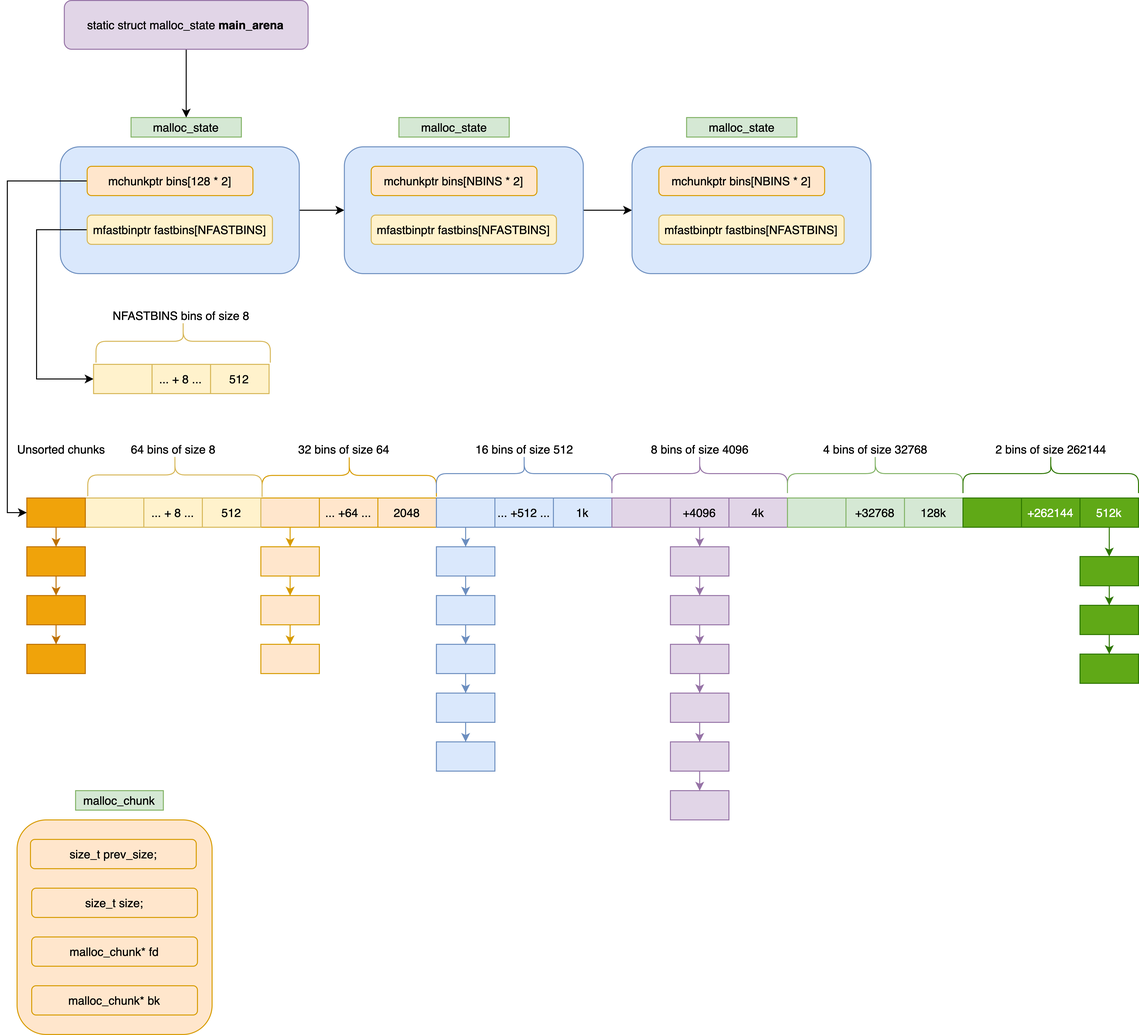
jemmy512/software-engineer keeps this draw.io diagram as OpenSource/Image/malloc-free-list.png. Above is the earlier version. Source tidied: cells renumbered, new cells last; positions are measured from the earlier drawing's top-left corner, leaving out a move shared by most shapes.
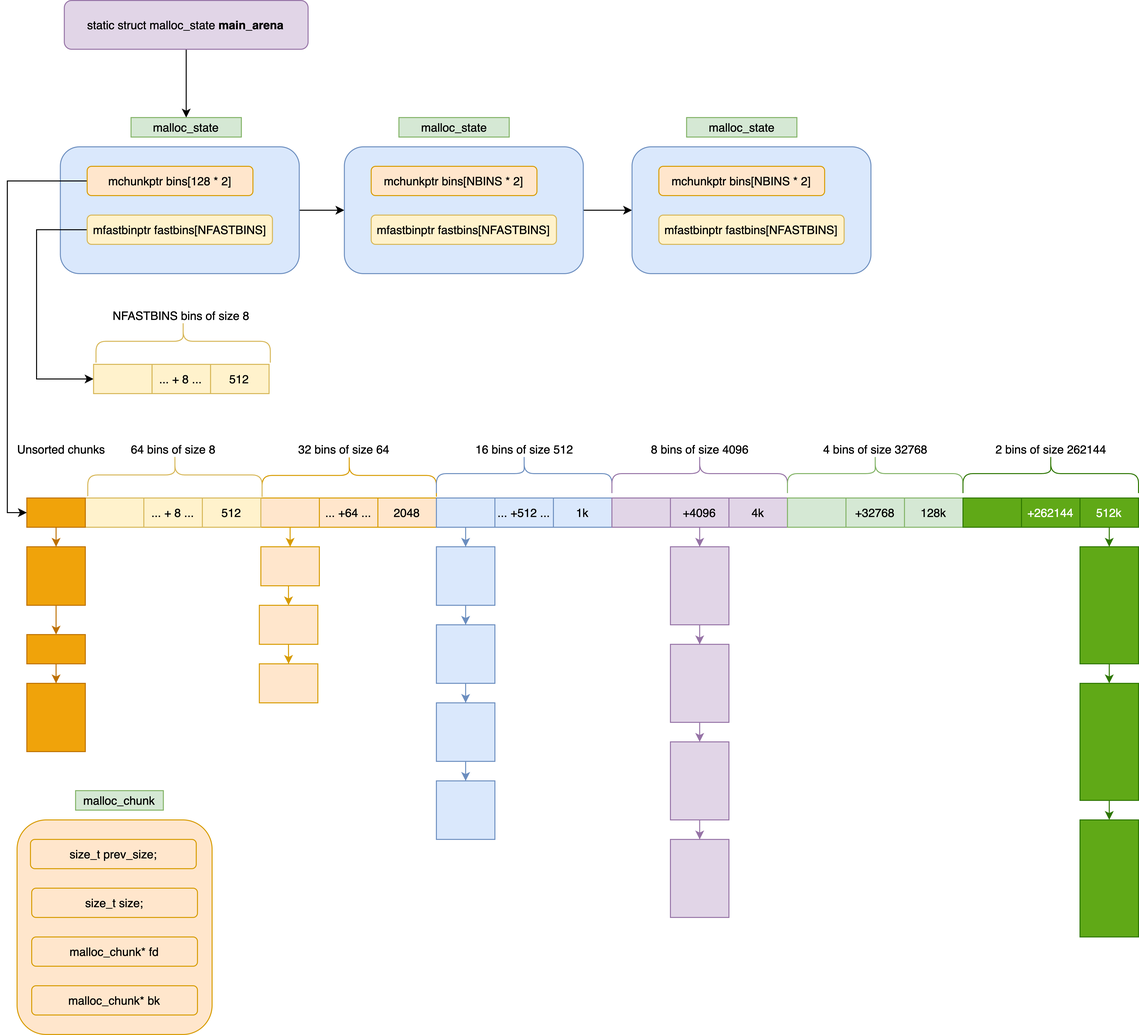
Above is the later version.

Diff of the diagram source:
```diff
@@ -20,9 +20,9 @@
     <mxCell id="7" value="2048" style="rounded=0;whiteSpace=wrap;html=1;fillColor=#ffe6cc;strokeColor=#d79b00;" parent="1" vertex="1">
       <mxGeometry x="380" y="510" width="60" height="30" as="geometry" />
     </mxCell>
-    <mxCell id="8" style="edgeStyle=orthogonalEdgeStyle;rounded=0;jettySize=auto;html=1;entryX=0.5;entryY=0;entryDx=0;entryDy=0;fillColor=#dae8fc;strokeColor=#6c8ebf;" parent="1" edge="1" source="9" target="44">
-      <mxGeometry relative="1" as="geometry" />
-    </mxCell>
+    <mxCell id="103" style="edgeStyle=orthogonalEdgeStyle;rounded=0;jettySize=auto;html=1;entryX=0.5;entryY=0;entryDx=0;entryDy=0;fillColor=#dae8fc;strokeColor=#6c8ebf;" parent="1" edge="1" source="9" target="61">
+      <mxGeometry relative="1" as="geometry" />
+    </mxCell>
     <mxCell id="9" style="rounded=0;whiteSpace=wrap;html=1;fillColor=#dae8fc;strokeColor=#6c8ebf;" parent="1" vertex="1">
       <mxGeometry x="440" y="510" width="60" height="30" as="geometry" />
     </mxCell>
@@ -110,81 +110,31 @@
     <mxCell id="37" style="shape=curlyBracket;whiteSpace=wrap;html=1;rounded=1;rotation=90;size=0.5;fillColor=#fff2cc;strokeColor=#d6b656;" parent="1" vertex="1">
       <mxGeometry x="150" y="397" width="43.8" height="178.8" as="geometry" />
     </mxCell>
-    <mxCell id="38" style="edgeStyle=orthogonalEdgeStyle;rounded=0;jettySize=auto;html=1;entryX=0.5;entryY=0;entryDx=0;entryDy=0;fillColor=#ffe6cc;strokeColor=#d79b00;" parent="1" edge="1" source="39" target="41">
-      <mxGeometry relative="1" as="geometry" />
-    </mxCell>
+    <mxCell id="104" style="edgeStyle=orthogonalEdgeStyle;rounded=0;jettySize=auto;html=1;entryX=0.5;entryY=0;entryDx=0;entryDy=0;fillColor=#ffe6cc;strokeColor=#d79b00;" parent="1" edge="1" source="39" target="108">
+      <mxGeometry relative="1" as="geometry">
+        <Array as="points">
+          <mxPoint x="288" y="620" />
+        </Array>
+      </mxGeometry>
+    </mxCell>
     <mxCell id="39" style="rounded=0;whiteSpace=wrap;html=1;fillColor=#ffe6cc;strokeColor=#d79b00;" parent="1" vertex="1">
-      <mxGeometry x="260" y="560" width="60" height="30" as="geometry" />
+      <mxGeometry x="260" y="560" width="60" height="40" as="geometry" />
     </mxCell>
-    <mxCell id="40" style="edgeStyle=orthogonalEdgeStyle;rounded=0;jettySize=auto;html=1;entryX=0.5;entryY=0;entryDx=0;entryDy=0;fillColor=#ffe6cc;strokeColor=#d79b00;" parent="1" edge="1" source="41" target="42">
-      <mxGeometry relative="1" as="geometry" />
-    </mxCell>
-    <mxCell id="41" style="rounded=0;whiteSpace=wrap;html=1;fillColor=#ffe6cc;strokeColor=#d79b00;" parent="1" vertex="1">
-      <mxGeometry x="260" y="610" width="60" height="30" as="geometry" />
-    </mxCell>
-    <mxCell id="42" style="rounded=0;whiteSpace=wrap;html=1;fillColor=#ffe6cc;strokeColor=#d79b00;" parent="1" vertex="1">
-      <mxGeometry x="260" y="660" width="60" height="30" as="geometry" />
-    </mxCell>
-    <mxCell id="43" style="edgeStyle=orthogonalEdgeStyle;rounded=0;jettySize=auto;html=1;entryX=0.5;entryY=0;entryDx=0;entryDy=0;fillColor=#dae8fc;strokeColor=#6c8ebf;" parent="1" edge="1" source="44" target="46">
-      <mxGeometry relative="1" as="geometry" />
-    </mxCell>
-    <mxCell id="44" style="rounded=0;whiteSpace=wrap;html=1;fillColor=#dae8fc;strokeColor=#6c8ebf;" parent="1" vertex="1">
-      <mxGeometry x="440" y="560" width="60" height="30" as="geometry" />
-    </mxCell>
-    <mxCell id="45" style="edgeStyle=orthogonalEdgeStyle;rounded=0;jettySize=auto;html=1;entryX=0.5;entryY=0;entryDx=0;entryDy=0;fillColor=#dae8fc;strokeColor=#6c8ebf;" parent="1" edge="1" source="46" target="48">
-      <mxGeometry relative="1" as="geometry" />
-    </mxCell>
-    <mxCell id="46" style="rounded=0;whiteSpace=wrap;html=1;fillColor=#dae8fc;strokeColor=#6c8ebf;" parent="1" vertex="1">
-      <mxGeometry x="440" y="610" width="60" height="30" as="geometry" />
-    </mxCell>
-    <mxCell id="47" style="edgeStyle=orthogonalEdgeStyle;rounded=0;jettySize=auto;html=1;entryX=0.5;entryY=0;entryDx=0;entryDy=0;fillColor=#dae8fc;strokeColor=#6c8ebf;" parent="1" edge="1" source="48" target="61">
-      <mxGeometry relative="1" as="geometry" />
-    </mxCell>
-    <mxCell id="48" style="rounded=0;whiteSpace=wrap;html=1;fillColor=#dae8fc;strokeColor=#6c8ebf;" parent="1" vertex="1">
-      <mxGeometry x="440" y="660" width="60" height="30" as="geometry" />
-    </mxCell>
-    <mxCell id="49" style="edgeStyle=orthogonalEdgeStyle;rounded=0;jettySize=auto;html=1;entryX=0.5;entryY=0;entryDx=0;entryDy=0;fillColor=#e1d5e7;strokeColor=#9673a6;" parent="1" edge="1" source="50" target="52">
-      <mxGeometry relative="1" as="geometry" />
-    </mxCell>
+    <mxCell id="105" style="edgeStyle=orthogonalEdgeStyle;rounded=0;jettySize=auto;html=1;fillColor=#e1d5e7;strokeColor=#9673a6;" parent="1" edge="1" source="50" target="115">
+      <mxGeometry relative="1" as="geometry" />
+    </mxCell>
     <mxCell id="50" style="rounded=0;whiteSpace=wrap;html=1;fillColor=#e1d5e7;strokeColor=#9673a6;" parent="1" vertex="1">
-      <mxGeometry x="680" y="560" width="60" height="30" as="geometry" />
+      <mxGeometry x="680" y="560" width="60" height="80" as="geometry" />
     </mxCell>
-    <mxCell id="51" style="edgeStyle=orthogonalEdgeStyle;rounded=0;jettySize=auto;html=1;entryX=0.5;entryY=0;entryDx=0;entryDy=0;fillColor=#e1d5e7;strokeColor=#9673a6;" parent="1" edge="1" source="52" target="54">
-      <mxGeometry relative="1" as="geometry" />
-    </mxCell>
-    <mxCell id="52" style="rounded=0;whiteSpace=wrap;html=1;fillColor=#e1d5e7;strokeColor=#9673a6;" parent="1" vertex="1">
-      <mxGeometry x="680" y="610" width="60" height="30" as="geometry" />
-    </mxCell>
-    <mxCell id="53" style="edgeStyle=orthogonalEdgeStyle;rounded=0;jettySize=auto;html=1;fillColor=#e1d5e7;strokeColor=#9673a6;" parent="1" edge="1" source="54" target="89">
-      <mxGeometry relative="1" as="geometry" />
-    </mxCell>
-    <mxCell id="54" style="rounded=0;whiteSpace=wrap;html=1;fillColor=#e1d5e7;strokeColor=#9673a6;" parent="1" vertex="1">
-      <mxGeometry x="680" y="660" width="60" height="30" as="geometry" />
-    </mxCell>
-    <mxCell id="55" style="edgeStyle=orthogonalEdgeStyle;rounded=0;jettySize=auto;html=1;entryX=0.5;entryY=0;entryDx=0;entryDy=0;fillColor=#60a917;strokeColor=#2D7600;" parent="1" edge="1" source="56" target="58">
-      <mxGeometry relative="1" as="geometry" />
-    </mxCell>
     <mxCell id="56" style="rounded=0;whiteSpace=wrap;html=1;fillColor=#60a917;strokeColor=#2D7600;fontColor=#ffffff;" parent="1" vertex="1">
-      <mxGeometry x="1100" y="570" width="60" height="30" as="geometry" />
+      <mxGeometry x="1100" y="560" width="60" height="120" as="geometry" />
     </mxCell>
-    <mxCell id="57" style="edgeStyle=orthogonalEdgeStyle;rounded=0;jettySize=auto;html=1;entryX=0.5;entryY=0;entryDx=0;entryDy=0;fillColor=#60a917;strokeColor=#2D7600;" parent="1" edge="1" source="58" target="59">
-      <mxGeometry relative="1" as="geometry" />
-    </mxCell>
-    <mxCell id="58" style="rounded=0;whiteSpace=wrap;html=1;fillColor=#60a917;strokeColor=#2D7600;fontColor=#ffffff;" parent="1" vertex="1">
-      <mxGeometry x="1100" y="620" width="60" height="30" as="geometry" />
-    </mxCell>
-    <mxCell id="59" style="rounded=0;whiteSpace=wrap;html=1;fillColor=#60a917;strokeColor=#2D7600;fontColor=#ffffff;" parent="1" vertex="1">
-      <mxGeometry x="1100" y="670" width="60" height="30" as="geometry" />
-    </mxCell>
-    <mxCell id="60" style="edgeStyle=orthogonalEdgeStyle;rounded=0;jettySize=auto;html=1;entryX=0.5;entryY=0;entryDx=0;entryDy=0;fillColor=#dae8fc;strokeColor=#6c8ebf;" parent="1" edge="1" source="61" target="62">
-      <mxGeometry relative="1" as="geometry" />
-    </mxCell>
+    <mxCell id="106" style="edgeStyle=orthogonalEdgeStyle;rounded=0;jettySize=auto;html=1;fillColor=#dae8fc;strokeColor=#6c8ebf;" parent="1" edge="1" source="61" target="111">
+      <mxGeometry relative="1" as="geometry" />
+    </mxCell>
     <mxCell id="61" style="rounded=0;whiteSpace=wrap;html=1;fillColor=#dae8fc;strokeColor=#6c8ebf;" parent="1" vertex="1">
-      <mxGeometry x="440" y="710" width="60" height="30" as="geometry" />
+      <mxGeometry x="440" y="560" width="60" height="60" as="geometry" />
     </mxCell>
-    <mxCell id="62" style="rounded=0;whiteSpace=wrap;html=1;fillColor=#dae8fc;strokeColor=#6c8ebf;" parent="1" vertex="1">
-      <mxGeometry x="440" y="760" width="60" height="30" as="geometry" />
-    </mxCell>
     <mxCell id="63" style="edgeStyle=orthogonalEdgeStyle;rounded=0;jettySize=auto;html=1;fillColor=#f0a30a;strokeColor=#BD7000;" parent="1" edge="1" source="64" target="94">
       <mxGeometry relative="1" as="geometry" />
     </mxCell>
@@ -265,35 +215,20 @@
     <mxCell id="87" value="static struct malloc_state &lt;b&gt;main_arena&lt;/b&gt;" style="rounded=1;whiteSpace=wrap;html=1;fillColor=#e1d5e7;strokeColor=#9673a6;" parent="1" vertex="1">
       <mxGeometry x="58.4" width="250" height="50" as="geometry" />
     </mxCell>
-    <mxCell id="88" style="edgeStyle=orthogonalEdgeStyle;rounded=0;jettySize=auto;html=1;entryX=0.5;entryY=0;entryDx=0;entryDy=0;fillColor=#e1d5e7;strokeColor=#9673a6;" parent="1" edge="1" source="89" target="91">
-      <mxGeometry relative="1" as="geometry" />
-    </mxCell>
-    <mxCell id="89" style="rounded=0;whiteSpace=wrap;html=1;fillColor=#e1d5e7;strokeColor=#9673a6;" parent="1" vertex="1">
-      <mxGeometry x="680" y="710" width="60" height="30" as="geometry" />
-    </mxCell>
-    <mxCell id="90" style="edgeStyle=orthogonalEdgeStyle;rounded=0;jettySize=auto;html=1;entryX=0.5;entryY=0;entryDx=0;entryDy=0;fillColor=#e1d5e7;strokeColor=#9673a6;" parent="1" edge="1" source="91" target="92">
-      <mxGeometry relative="1" as="geometry" />
-    </mxCell>
-    <mxCell id="91" style="rounded=0;whiteSpace=wrap;html=1;fillColor=#e1d5e7;strokeColor=#9673a6;" parent="1" vertex="1">
-      <mxGeometry x="680" y="760" width="60" height="30" as="geometry" />
-    </mxCell>
-    <mxCell id="92" style="rounded=0;whiteSpace=wrap;html=1;fillColor=#e1d5e7;strokeColor=#9673a6;" parent="1" vertex="1">
-      <mxGeometry x="680" y="810" width="60" height="30" as="geometry" />
-    </mxCell>
-    <mxCell id="93" style="edgeStyle=orthogonalEdgeStyle;rounded=0;jettySize=auto;html=1;entryX=0.5;entryY=0;entryDx=0;entryDy=0;fillColor=#f0a30a;strokeColor=#BD7000;" parent="1" edge="1" source="94" target="96">
+    <mxCell id="93" style="edgeStyle=orthogonalEdgeStyle;rounded=0;jettySize=auto;html=1;entryX=0.5;entryY=0;entryDx=0;entryDy=0;fillColor=#f0a30a;strokeColor=#BD7000;exitX=0.5;exitY=1;exitDx=0;exitDy=0;" parent="1" edge="1" source="94" target="96">
       <mxGeometry relative="1" as="geometry" />
     </mxCell>
     <mxCell id="94" style="rounded=0;whiteSpace=wrap;html=1;fillColor=#f0a30a;strokeColor=#BD7000;fontColor=#000000;" parent="1" vertex="1">
-      <mxGeometry x="20" y="560" width="60" height="30" as="geometry" />
+      <mxGeometry x="20" y="560" width="60" height="60" as="geometry" />
     </mxCell>
     <mxCell id="95" style="edgeStyle=orthogonalEdgeStyle;rounded=0;jettySize=auto;html=1;entryX=0.5;entryY=0;entryDx=0;entryDy=0;fillColor=#f0a30a;strokeColor=#BD7000;" parent="1" edge="1" source="96" target="97">
       <mxGeometry relative="1" as="geometry" />
     </mxCell>
     <mxCell id="96" style="rounded=0;whiteSpace=wrap;html=1;fillColor=#f0a30a;strokeColor=#BD7000;fontColor=#000000;" parent="1" vertex="1">
-      <mxGeometry x="20" y="610" width="60" height="30" as="geometry" />
+      <mxGeometry x="20" y="650" width="60" height="30" as="geometry" />
     </mxCell>
     <mxCell id="97" style="rounded=0;whiteSpace=wrap;html=1;fillColor=#f0a30a;strokeColor=#BD7000;fontColor=#000000;" parent="1" vertex="1">
-      <mxGeometry x="20" y="660" width="60" height="30" as="geometry" />
+      <mxGeometry x="20" y="700" width="60" height="70" as="geometry" />
     </mxCell>
     <mxCell id="98" style="rounded=0;whiteSpace=wrap;html=1;fillColor=#fff2cc;strokeColor=#d6b656;" parent="1" vertex="1">
       <mxGeometry x="88.4" y="373" width="60" height="30" as="geometry" />
@@ -310,5 +245,62 @@
     <mxCell id="102" style="shape=curlyBracket;whiteSpace=wrap;html=1;rounded=1;rotation=90;size=0.5;fillColor=#fff2cc;strokeColor=#d6b656;" parent="1" vertex="1">
       <mxGeometry x="158.4" y="260" width="43.8" height="178.8" as="geometry" />
     </mxCell>
+    <mxCell id="107" style="edgeStyle=orthogonalEdgeStyle;rounded=0;jettySize=auto;html=1;entryX=0.5;entryY=0;entryDx=0;entryDy=0;fillColor=#ffe6cc;strokeColor=#d79b00;" parent="1" edge="1" source="108" target="109">
+      <mxGeometry relative="1" as="geometry" />
+    </mxCell>
+    <mxCell id="108" style="rounded=0;whiteSpace=wrap;html=1;fillColor=#ffe6cc;strokeColor=#d79b00;" parent="1" vertex="1">
+      <mxGeometry x="258.4" y="620" width="60" height="40" as="geometry" />
+    </mxCell>
+    <mxCell id="109" style="rounded=0;whiteSpace=wrap;html=1;fillColor=#ffe6cc;strokeColor=#d79b00;" parent="1" vertex="1">
+      <mxGeometry x="258.4" y="680" width="60" height="40" as="geometry" />
+    </mxCell>
+    <mxCell id="110" style="edgeStyle=orthogonalEdgeStyle;rounded=0;jettySize=auto;html=1;fillColor=#dae8fc;strokeColor=#6c8ebf;" parent="1" edge="1" source="111" target="113">
+      <mxGeometry relative="1" as="geometry" />
+    </mxCell>
+    <mxCell id="111" style="rounded=0;whiteSpace=wrap;html=1;fillColor=#dae8fc;strokeColor=#6c8ebf;" parent="1" vertex="1">
+      <mxGeometry x="440" y="640" width="60" height="60" as="geometry" />
+    </mxCell>
+    <mxCell id="112" style="edgeStyle=orthogonalEdgeStyle;rounded=0;jettySize=auto;html=1;fillColor=#dae8fc;strokeColor=#6c8ebf;" parent="1" edge="1" source="113" target="114">
+      <mxGeometry relative="1" as="geometry" />
+    </mxCell>
+    <mxCell id="113" style="rounded=0;whiteSpace=wrap;html=1;fillColor=#dae8fc;strokeColor=#6c8ebf;" parent="1" vertex="1">
+      <mxGeometry x="440" y="720" width="60" height="60" as="geometry" />
+    </mxCell>
+    <mxCell id="114" style="rounded=0;whiteSpace=wrap;html=1;fillColor=#dae8fc;strokeColor=#6c8ebf;" parent="1" vertex="1">
+      <mxGeometry x="440" y="800" width="60" height="60" as="geometry" />
+    </mxCell>
+    <mxCell id="115" style="rounded=0;whiteSpace=wrap;html=1;fillColor=#e1d5e7;strokeColor=#9673a6;" parent="1" vertex="1">
+      <mxGeometry x="680" y="660" width="60" height="80" as="geometry" />
+    </mxCell>
+    <mxCell id="116" style="edgeStyle=orthogonalEdgeStyle;rounded=0;jettySize=auto;html=1;entryX=0.5;entryY=0;entryDx=0;entryDy=0;fillColor=#e1d5e7;strokeColor=#9673a6;" parent="1" edge="1" target="118">
+      <mxGeometry relative="1" as="geometry">
+        <mxPoint x="710" y="740" as="sourcePoint" />
+      </mxGeometry>
+    </mxCell>
+    <mxCell id="117" style="edgeStyle=orthogonalEdgeStyle;rounded=0;jettySize=auto;html=1;fillColor=#e1d5e7;strokeColor=#9673a6;" parent="1" edge="1" source="118" target="119">
+      <mxGeometry relative="1" as="geometry" />
+    </mxCell>
+    <mxCell id="118" style="rounded=0;whiteSpace=wrap;html=1;fillColor=#e1d5e7;strokeColor=#9673a6;" parent="1" vertex="1">
+      <mxGeometry x="680" y="760" width="60" height="80" as="geometry" />
+    </mxCell>
+    <mxCell id="119" style="rounded=0;whiteSpace=wrap;html=1;fillColor=#e1d5e7;strokeColor=#9673a6;" parent="1" vertex="1">
+      <mxGeometry x="680" y="860" width="60" height="80" as="geometry" />
+    </mxCell>
+    <mxCell id="120" style="edgeStyle=orthogonalEdgeStyle;rounded=0;jettySize=auto;html=1;entryX=0.5;entryY=0;entryDx=0;entryDy=0;fillColor=#60a917;strokeColor=#2D7600;" parent="1" edge="1" target="121">
+      <mxGeometry relative="1" as="geometry">
+        <mxPoint x="1130" y="680" as="sourcePoint" />
+      </mxGeometry>
+    </mxCell>
+    <mxCell id="121" style="rounded=0;whiteSpace=wrap;html=1;fillColor=#60a917;strokeColor=#2D7600;fontColor=#ffffff;" parent="1" vertex="1">
+      <mxGeometry x="1100" y="700" width="60" height="120" as="geometry" />
+    </mxCell>
+    <mxCell id="122" style="edgeStyle=orthogonalEdgeStyle;rounded=0;jettySize=auto;html=1;entryX=0.5;entryY=0;entryDx=0;entryDy=0;fillColor=#60a917;strokeColor=#2D7600;" parent="1" edge="1" target="123">
+      <mxGeometry relative="1" as="geometry">
+        <mxPoint x="1130" y="820" as="sourcePoint" />
+      </mxGeometry>
+    </mxCell>
+    <mxCell id="123" style="rounded=0;whiteSpace=wrap;html=1;fillColor=#60a917;strokeColor=#2D7600;fontColor=#ffffff;" parent="1" vertex="1">
+      <mxGeometry x="1100" y="840" width="60" height="120" as="geometry" />
+    </mxCell>
   </root>
 </mxGraphModel>
```
